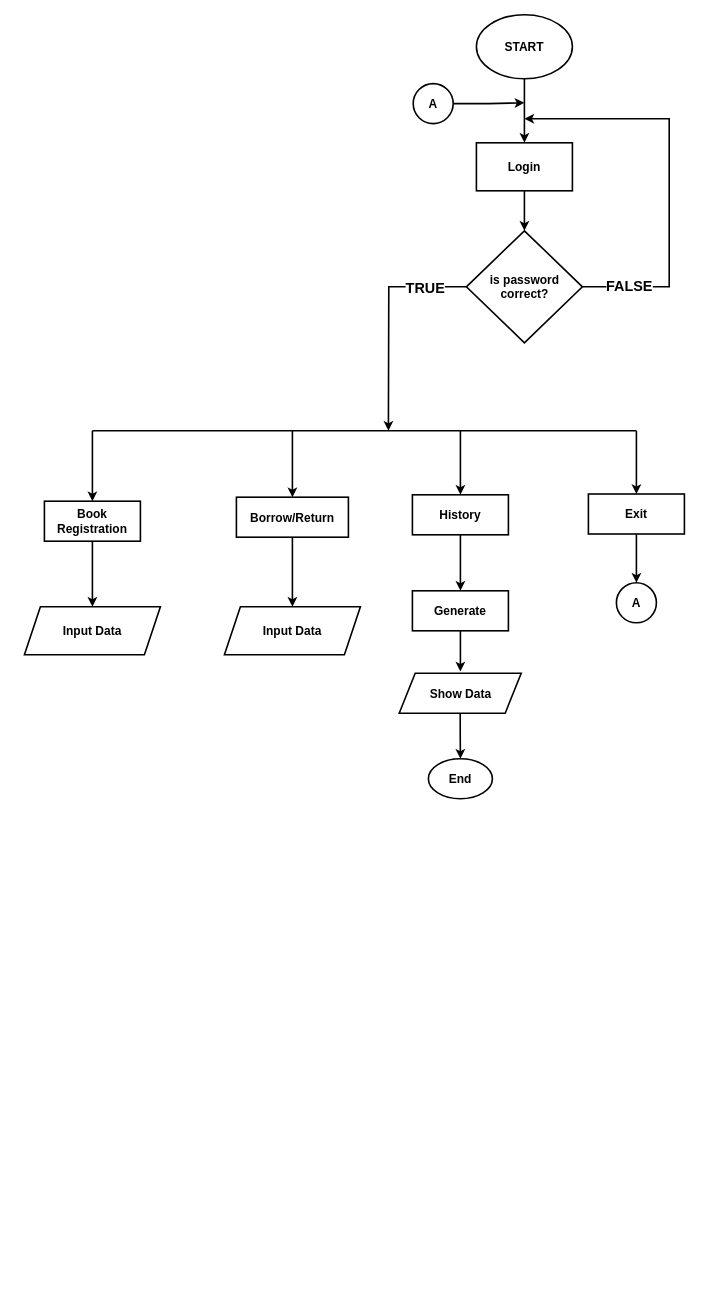
Earlier version of the draw.io diagram Flowchart.drawio (DownMan01/assignment). Source tidied: cells renumbered, new cells numbered last; positions are measured from the earlier drawing's top-left corner, leaving out a move shared by most shapes. Both pictures are drawn from the tidied source at 80%, with x=0, y=0 at pixel (24, 14).
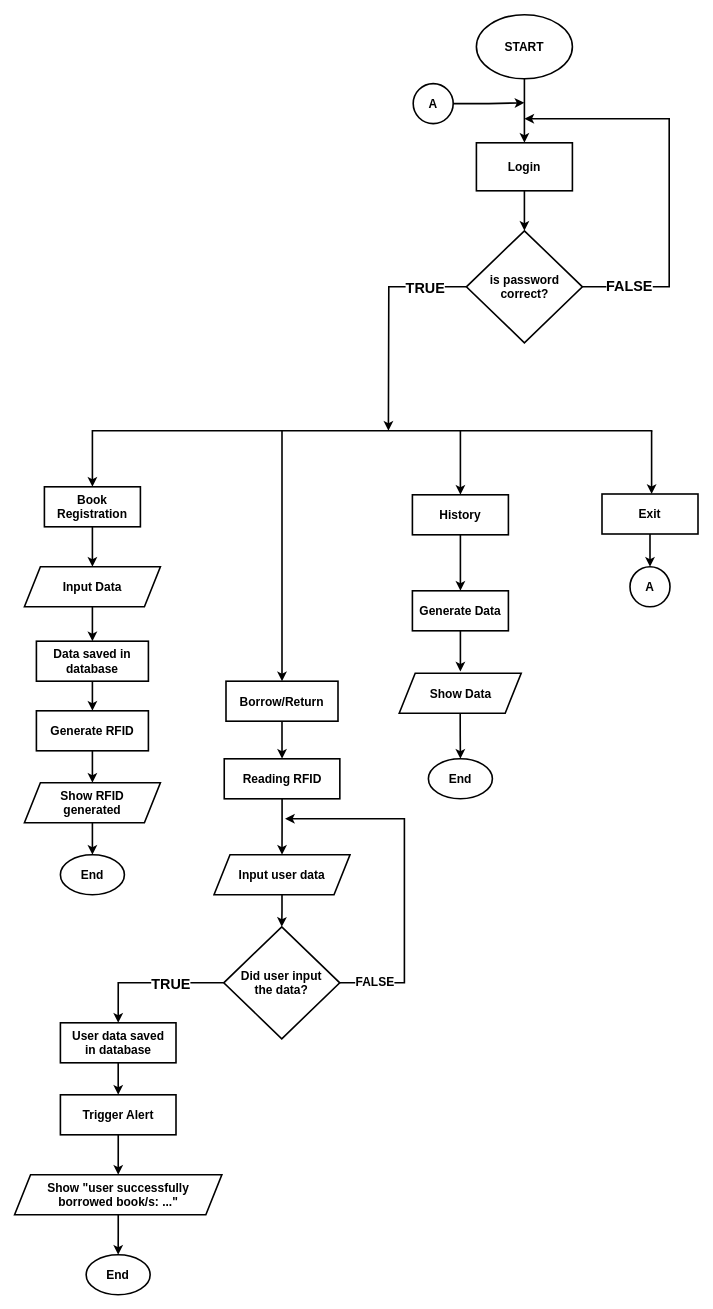
Above is the later version.

What changed in the source:
```diff
@@
+    <mxCell id="34" style="edgeStyle=orthogonalEdgeStyle;rounded=0;jettySize=auto;html=1;entryX=0.5;entryY=0;entryDx=0;entryDy=0;strokeWidth=2;" parent="1" edge="1" source="4" target="36">
+      <mxGeometry relative="1" as="geometry" />
+    </mxCell>
     <mxCell id="4" value="Input Data" style="shape=parallelogram;perimeter=parallelogramPerimeter;whiteSpace=wrap;html=1;fixedSize=1;strokeWidth=2;fontSize=15;fontStyle=1;" parent="1" vertex="1">
-      <mxGeometry y="740" width="170" height="60" as="geometry" />
+      <mxGeometry y="690" width="170" height="50" as="geometry" />
     </mxCell>
@@
     <mxCell id="13" value="Book Registration" style="rounded=0;whiteSpace=wrap;html=1;strokeWidth=2;fontSize=15;fontStyle=1;" parent="1" vertex="1">
-      <mxGeometry x="25" y="608" width="120" height="50" as="geometry" />
+      <mxGeometry x="25" y="590" width="120" height="50" as="geometry" />
     </mxCell>
-    <mxCell id="14" style="edgeStyle=orthogonalEdgeStyle;rounded=0;jettySize=auto;html=1;entryX=0.5;entryY=0;entryDx=0;entryDy=0;strokeWidth=2;" parent="1" edge="1" source="15" target="23">
-      <mxGeometry relative="1" as="geometry" />
-    </mxCell>
     <mxCell id="15" value="Borrow/Return" style="rounded=0;whiteSpace=wrap;html=1;strokeWidth=2;fontSize=15;fontStyle=1;" parent="1" vertex="1">
-      <mxGeometry x="265" y="603" width="140" height="50" as="geometry" />
+      <mxGeometry x="252" y="833" width="140" height="50" as="geometry" />
     </mxCell>
@@
     <mxCell id="19" value="Exit" style="rounded=0;whiteSpace=wrap;html=1;strokeWidth=2;fontSize=15;fontStyle=1;" parent="1" vertex="1">
-      <mxGeometry x="705" y="599" width="120" height="50" as="geometry" />
+      <mxGeometry x="722" y="599" width="120" height="50" as="geometry" />
     </mxCell>
     <mxCell id="20" style="endArrow=none;html=1;rounded=0;strokeWidth=2;" parent="1" edge="1">
       <mxGeometry relative="1" as="geometry">
         <mxPoint x="85" y="520" as="sourcePoint" />
-        <mxPoint x="765" y="520" as="targetPoint" />
+        <mxPoint x="785" y="520" as="targetPoint" />
       </mxGeometry>
     </mxCell>
-    <mxCell id="21" style="endArrow=classic;html=1;rounded=0;entryX=0.5;entryY=0;entryDx=0;entryDy=0;strokeWidth=2;" parent="1" edge="1" target="13">
+    <mxCell id="21" style="endArrow=classic;html=1;rounded=0;strokeWidth=2;" parent="1" edge="1">
       <mxGeometry relative="1" as="geometry">
-        <mxPoint x="85" y="520" as="sourcePoint" />
+        <mxPoint x="85" y="519" as="sourcePoint" />
+        <mxPoint x="85" y="590" as="targetPoint" />
       </mxGeometry>
     </mxCell>
-    <mxCell id="22" style="endArrow=classic;html=1;rounded=0;entryX=0.5;entryY=0;entryDx=0;entryDy=0;strokeWidth=2;" parent="1" edge="1" target="19">
+    <mxCell id="22" style="endArrow=classic;html=1;rounded=0;entryX=0.5;entryY=0;entryDx=0;entryDy=0;strokeWidth=2;" parent="1" edge="1">
       <mxGeometry relative="1" as="geometry">
-        <mxPoint x="765" y="520" as="sourcePoint" />
+        <mxPoint x="784" y="520" as="sourcePoint" />
+        <mxPoint x="784" y="599" as="targetPoint" />
       </mxGeometry>
     </mxCell>
-    <mxCell id="23" value="Input Data" style="shape=parallelogram;perimeter=parallelogramPerimeter;whiteSpace=wrap;html=1;fixedSize=1;strokeWidth=2;fontSize=15;fontStyle=1;" parent="1" vertex="1">
-      <mxGeometry x="250" y="740" width="170" height="60" as="geometry" />
-    </mxCell>
+    <mxCell id="35" style="edgeStyle=orthogonalEdgeStyle;rounded=0;jettySize=auto;html=1;entryX=0.5;entryY=0;entryDx=0;entryDy=0;strokeWidth=2;exitX=0.5;exitY=1;exitDx=0;exitDy=0;" parent="1" edge="1" source="15" target="40">
+      <mxGeometry relative="1" as="geometry" />
+    </mxCell>
     <mxCell id="24" value="&lt;font style=&quot;font-size: 15px;&quot;&gt;A&lt;/font&gt;" style="ellipse;whiteSpace=wrap;html=1;fontSize=15;fontStyle=1;strokeWidth=2;" parent="1" vertex="1">
-      <mxGeometry x="740" y="710" width="50" height="50" as="geometry" />
+      <mxGeometry x="757" y="690" width="50" height="50" as="geometry" />
     </mxCell>
@@
     <mxCell id="27" style="endArrow=classic;html=1;rounded=0;entryX=0.5;entryY=0;entryDx=0;entryDy=0;strokeWidth=2;" parent="1" edge="1" target="15">
       <mxGeometry relative="1" as="geometry">
-        <mxPoint x="335" y="520" as="sourcePoint" />
+        <mxPoint x="322" y="520" as="sourcePoint" />
       </mxGeometry>
     </mxCell>
@@
-    <mxCell id="30" value="Generate" style="rounded=0;whiteSpace=wrap;html=1;strokeWidth=2;fontSize=15;fontStyle=1;" parent="1" vertex="1">
+    <mxCell id="30" value="Generate Data" style="rounded=0;whiteSpace=wrap;html=1;strokeWidth=2;fontSize=15;fontStyle=1;" parent="1" vertex="1">
       <mxGeometry x="485" y="720" width="120" height="50" as="geometry" />
     </mxCell>
@@
+    <mxCell id="36" value="Data saved in database" style="rounded=0;whiteSpace=wrap;html=1;strokeWidth=2;fontSize=15;fontStyle=1;" parent="1" vertex="1">
+      <mxGeometry x="15" y="783" width="140" height="50" as="geometry" />
+    </mxCell>
+    <mxCell id="37" style="edgeStyle=orthogonalEdgeStyle;rounded=0;jettySize=auto;html=1;entryX=0.5;entryY=0;entryDx=0;entryDy=0;strokeWidth=2;exitX=0.5;exitY=1;exitDx=0;exitDy=0;" parent="1" edge="1" source="36" target="42">
+      <mxGeometry relative="1" as="geometry" />
+    </mxCell>
+    <mxCell id="38" value="&lt;span style=&quot;font-size: 15px;&quot;&gt;&lt;font style=&quot;font-size: 15px;&quot;&gt;End&lt;/font&gt;&lt;/span&gt;" style="ellipse;whiteSpace=wrap;html=1;strokeWidth=2;fontSize=15;fontStyle=1;" parent="1" vertex="1">
+      <mxGeometry x="45" y="1050" width="80" height="50" as="geometry" />
+    </mxCell>
+    <mxCell id="39" style="edgeStyle=orthogonalEdgeStyle;rounded=0;jettySize=auto;html=1;entryX=0.5;entryY=0;entryDx=0;entryDy=0;strokeWidth=2;" parent="1" edge="1" source="40" target="46">
+      <mxGeometry relative="1" as="geometry" />
+    </mxCell>
+    <mxCell id="40" value="Reading RFID" style="rounded=0;whiteSpace=wrap;html=1;strokeWidth=2;fontSize=15;fontStyle=1;" parent="1" vertex="1">
+      <mxGeometry x="249.8" y="930" width="144.5" height="50" as="geometry" />
+    </mxCell>
+    <mxCell id="41" style="edgeStyle=orthogonalEdgeStyle;rounded=0;jettySize=auto;html=1;strokeWidth=2;entryX=0.5;entryY=0;entryDx=0;entryDy=0;" parent="1" edge="1" source="42" target="44">
+      <mxGeometry relative="1" as="geometry" />
+    </mxCell>
+    <mxCell id="42" value="Generate RFID" style="rounded=0;whiteSpace=wrap;html=1;strokeWidth=2;fontSize=15;fontStyle=1;" parent="1" vertex="1">
+      <mxGeometry x="15" y="870" width="140" height="50" as="geometry" />
+    </mxCell>
+    <mxCell id="43" style="edgeStyle=orthogonalEdgeStyle;rounded=0;jettySize=auto;html=1;strokeWidth=2;" parent="1" edge="1" source="44" target="38">
+      <mxGeometry relative="1" as="geometry" />
+    </mxCell>
+    <mxCell id="44" value="Show RFID&lt;div&gt;generated&lt;/div&gt;" style="shape=parallelogram;perimeter=parallelogramPerimeter;whiteSpace=wrap;html=1;fixedSize=1;strokeWidth=2;fontSize=15;fontStyle=1;" parent="1" vertex="1">
+      <mxGeometry y="960" width="170" height="50" as="geometry" />
+    </mxCell>
+    <mxCell id="45" style="edgeStyle=orthogonalEdgeStyle;rounded=0;jettySize=auto;html=1;entryX=0.5;entryY=0;entryDx=0;entryDy=0;strokeWidth=2;" parent="1" edge="1" source="46" target="53">
+      <mxGeometry relative="1" as="geometry" />
+    </mxCell>
+    <mxCell id="46" value="Input user data" style="shape=parallelogram;perimeter=parallelogramPerimeter;whiteSpace=wrap;html=1;fixedSize=1;strokeWidth=2;fontSize=15;fontStyle=1;" parent="1" vertex="1">
+      <mxGeometry x="237" y="1050" width="170" height="50" as="geometry" />
+    </mxCell>
+    <mxCell id="47" style="edgeStyle=orthogonalEdgeStyle;rounded=0;jettySize=auto;html=1;strokeWidth=2;" parent="1" edge="1" source="48" target="55">
+      <mxGeometry relative="1" as="geometry" />
+    </mxCell>
+    <mxCell id="48" value="User data saved&lt;div&gt;in database&lt;/div&gt;" style="rounded=0;whiteSpace=wrap;html=1;strokeWidth=2;fontSize=15;fontStyle=1;" parent="1" vertex="1">
+      <mxGeometry x="45" y="1260" width="144.5" height="50" as="geometry" />
+    </mxCell>
+    <mxCell id="49" style="edgeStyle=orthogonalEdgeStyle;rounded=0;jettySize=auto;html=1;entryX=0.5;entryY=0;entryDx=0;entryDy=0;strokeWidth=2;" parent="1" edge="1" source="53" target="48">
+      <mxGeometry relative="1" as="geometry" />
+    </mxCell>
+    <mxCell id="50" value="&lt;span style=&quot;font-size: 18px;&quot;&gt;&lt;b&gt;TRUE&lt;/b&gt;&lt;/span&gt;" style="edgeLabel;html=1;align=center;verticalAlign=middle;" parent="49" vertex="1">
+      <mxGeometry x="-0.42" y="1" relative="1" as="geometry">
+        <mxPoint x="-14" as="offset" />
+      </mxGeometry>
+    </mxCell>
+    <mxCell id="51" style="edgeStyle=orthogonalEdgeStyle;rounded=0;jettySize=auto;html=1;exitX=1;exitY=0.5;exitDx=0;exitDy=0;strokeWidth=2;" parent="1" edge="1" source="53">
+      <mxGeometry relative="1" as="geometry">
+        <mxPoint x="325.8" y="1005" as="targetPoint" />
+        <Array as="points">
+          <mxPoint x="475" y="1210" />
+          <mxPoint x="475" y="1005" />
+        </Array>
+      </mxGeometry>
+    </mxCell>
+    <mxCell id="52" value="&lt;font style=&quot;font-size: 15px;&quot;&gt;FALSE&lt;/font&gt;" style="edgeLabel;html=1;align=center;verticalAlign=middle;fontStyle=1;" parent="51" vertex="1">
+      <mxGeometry x="-0.83" y="1" relative="1" as="geometry">
+        <mxPoint x="6" y="-1" as="offset" />
+      </mxGeometry>
+    </mxCell>
+    <mxCell id="53" value="Did user input&lt;div&gt;the data?&lt;/div&gt;" style="rhombus;whiteSpace=wrap;html=1;strokeWidth=2;fontSize=15;fontStyle=1;" parent="1" vertex="1">
+      <mxGeometry x="249.2" y="1140" width="145" height="140" as="geometry" />
+    </mxCell>
+    <mxCell id="54" style="edgeStyle=orthogonalEdgeStyle;rounded=0;jettySize=auto;html=1;entryX=0.5;entryY=0;entryDx=0;entryDy=0;strokeWidth=2;" parent="1" edge="1" source="55" target="57">
+      <mxGeometry relative="1" as="geometry" />
+    </mxCell>
+    <mxCell id="55" value="Trigger Alert" style="rounded=0;whiteSpace=wrap;html=1;strokeWidth=2;fontSize=15;fontStyle=1;" parent="1" vertex="1">
+      <mxGeometry x="45" y="1350" width="144.5" height="50" as="geometry" />
+    </mxCell>
+    <mxCell id="56" style="edgeStyle=orthogonalEdgeStyle;rounded=0;jettySize=auto;html=1;entryX=0.5;entryY=0;entryDx=0;entryDy=0;strokeWidth=2;" parent="1" edge="1" source="57" target="58">
+      <mxGeometry relative="1" as="geometry" />
+    </mxCell>
+    <mxCell id="57" value="Show &quot;user&amp;nbsp;successfully&lt;div&gt;borrowed book/s: ...&quot;&lt;/div&gt;" style="shape=parallelogram;perimeter=parallelogramPerimeter;whiteSpace=wrap;html=1;fixedSize=1;strokeWidth=2;fontSize=15;fontStyle=1;" parent="1" vertex="1">
+      <mxGeometry x="-12.3" y="1450" width="259.1" height="50" as="geometry" />
+    </mxCell>
+    <mxCell id="58" value="&lt;span style=&quot;font-size: 15px;&quot;&gt;&lt;font style=&quot;font-size: 15px;&quot;&gt;End&lt;/font&gt;&lt;/span&gt;" style="ellipse;whiteSpace=wrap;html=1;strokeWidth=2;fontSize=15;fontStyle=1;" parent="1" vertex="1">
+      <mxGeometry x="77.2" y="1550" width="80" height="50" as="geometry" />
+    </mxCell>
```
